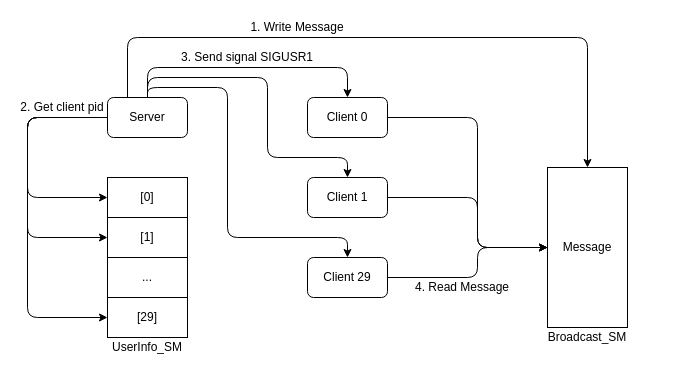
Above: page "Broadcast" (2 of 4) of doc/np_multi_proc.drawio in LJP-TW/NP_RWGd (draw.io), before the change. Source tidied: cells renumbered, new cells numbered last; positions are measured from the earlier drawing's top-left corner, leaving out a move shared by most shapes. Both pictures are drawn from the tidied source at 100%, with x=0, y=0 at pixel (17, 17).
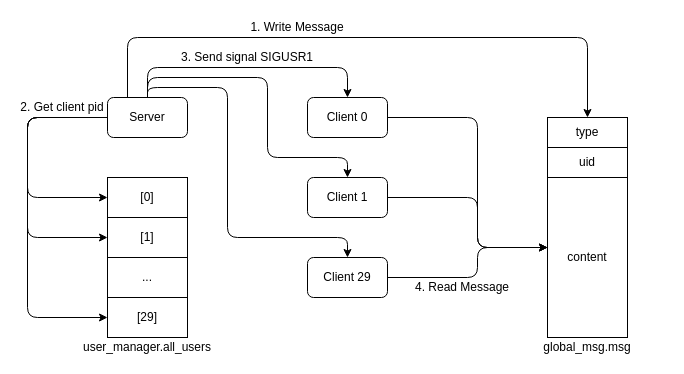
The same page after the edit.

The change refers to these unchanged cells:
```xml
<mxCell id="2" value="Server" style="rounded=1;whiteSpace=wrap;html=1;glass=0;sketch=0;" parent="1" vertex="1">
  <mxGeometry x="90" y="80" width="80" height="40" as="geometry" />
</mxCell>
<mxCell id="9" value="Client 0" style="rounded=1;whiteSpace=wrap;html=1;glass=0;sketch=0;" parent="1" vertex="1">
  <mxGeometry x="290" y="80" width="80" height="40" as="geometry" />
</mxCell>
```

What changed in the source:
```diff
@@
-    <mxCell id="4" value="UserInfo_SM" style="text;html=1;strokeColor=none;fillColor=none;align=center;verticalAlign=middle;whiteSpace=wrap;rounded=0;glass=0;sketch=0;" parent="1" vertex="1">
-      <mxGeometry x="90" y="320" width="80" height="20" as="geometry" />
-    </mxCell>
@@
-    <mxCell id="16" value="Message" style="rounded=0;whiteSpace=wrap;html=1;glass=0;sketch=0;" parent="1" vertex="1">
-      <mxGeometry x="530" y="150" width="80" height="160" as="geometry" />
-    </mxCell>
-    <mxCell id="17" value="Broadcast_SM" style="text;html=1;strokeColor=none;fillColor=none;align=center;verticalAlign=middle;whiteSpace=wrap;rounded=0;glass=0;sketch=0;" parent="1" vertex="1">
-      <mxGeometry x="530" y="310" width="80" height="20" as="geometry" />
-    </mxCell>
-    <mxCell id="18" style="endArrow=classic;html=1;exitX=0.25;exitY=0;exitDx=0;exitDy=0;edgeStyle=orthogonalEdgeStyle;entryX=0.5;entryY=0;entryDx=0;entryDy=0;" parent="1" edge="1" source="2" target="16">
+    <mxCell id="18" style="endArrow=classic;html=1;exitX=0.25;exitY=0;exitDx=0;exitDy=0;edgeStyle=orthogonalEdgeStyle;entryX=0.5;entryY=0;entryDx=0;entryDy=0;" parent="1" edge="1" source="2" target="31">
       <mxGeometry relative="1" as="geometry">
         <Array as="points">
           <mxPoint x="110" y="20" />
           <mxPoint x="570" y="20" />
         </Array>
       </mxGeometry>
     </mxCell>
@@
-    <mxCell id="20" style="endArrow=classic;html=1;exitX=1;exitY=0.5;exitDx=0;exitDy=0;entryX=0;entryY=0.5;entryDx=0;entryDy=0;edgeStyle=orthogonalEdgeStyle;" parent="1" edge="1" source="9" target="16">
+    <mxCell id="20" style="endArrow=classic;html=1;exitX=1;exitY=0.5;exitDx=0;exitDy=0;entryX=0;entryY=0.5;entryDx=0;entryDy=0;edgeStyle=orthogonalEdgeStyle;" parent="1" edge="1" source="9">
       <mxGeometry relative="1" as="geometry">
+        <mxPoint x="530" y="230" as="targetPoint" />
         <Array as="points">
           <mxPoint x="460" y="100" />
           <mxPoint x="460" y="230" />
         </Array>
       </mxGeometry>
     </mxCell>
@@
-    <mxCell id="22" style="endArrow=classic;html=1;exitX=1;exitY=0.5;exitDx=0;exitDy=0;edgeStyle=orthogonalEdgeStyle;entryX=0;entryY=0.5;entryDx=0;entryDy=0;" parent="1" edge="1" target="16">
+    <mxCell id="22" style="endArrow=classic;html=1;exitX=1;exitY=0.5;exitDx=0;exitDy=0;edgeStyle=orthogonalEdgeStyle;entryX=0;entryY=0.5;entryDx=0;entryDy=0;" parent="1" edge="1">
       <mxGeometry relative="1" as="geometry">
         <mxPoint x="370" y="260" as="sourcePoint" />
+        <mxPoint x="530" y="230" as="targetPoint" />
         <Array as="points">
           <mxPoint x="460" y="260" />
           <mxPoint x="460" y="230" />
         </Array>
       </mxGeometry>
     </mxCell>
@@
+    <mxCell id="28" value="user_manager.all_users" style="text;html=1;strokeColor=none;fillColor=none;align=center;verticalAlign=middle;whiteSpace=wrap;rounded=0;glass=0;sketch=0;" parent="1" vertex="1">
+      <mxGeometry x="50" y="320" width="160" height="20" as="geometry" />
+    </mxCell>
+    <mxCell id="29" value="content" style="rounded=0;whiteSpace=wrap;html=1;glass=0;sketch=0;" parent="1" vertex="1">
+      <mxGeometry x="530" y="160" width="80" height="160" as="geometry" />
+    </mxCell>
+    <mxCell id="30" value="uid" style="rounded=0;whiteSpace=wrap;html=1;glass=0;sketch=0;" parent="1" vertex="1">
+      <mxGeometry x="530" y="130" width="80" height="30" as="geometry" />
+    </mxCell>
+    <mxCell id="31" value="type" style="rounded=0;whiteSpace=wrap;html=1;glass=0;sketch=0;" parent="1" vertex="1">
+      <mxGeometry x="530" y="100" width="80" height="30" as="geometry" />
+    </mxCell>
+    <mxCell id="32" value="global_msg.msg" style="text;html=1;strokeColor=none;fillColor=none;align=center;verticalAlign=middle;whiteSpace=wrap;rounded=0;glass=0;sketch=0;" parent="1" vertex="1">
+      <mxGeometry x="490" y="320" width="160" height="20" as="geometry" />
+    </mxCell>
```
